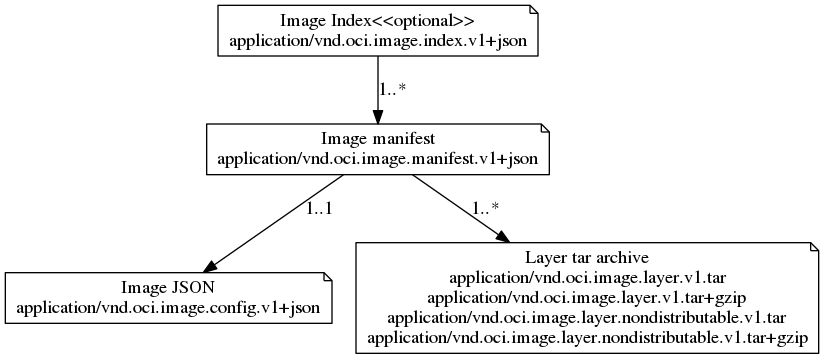
This is img/media-types.png from dattgoswami9lk5g/bremlinr, a Graphviz export, as it was before one commit. Its source is kept beside it as img/media-types.dot.
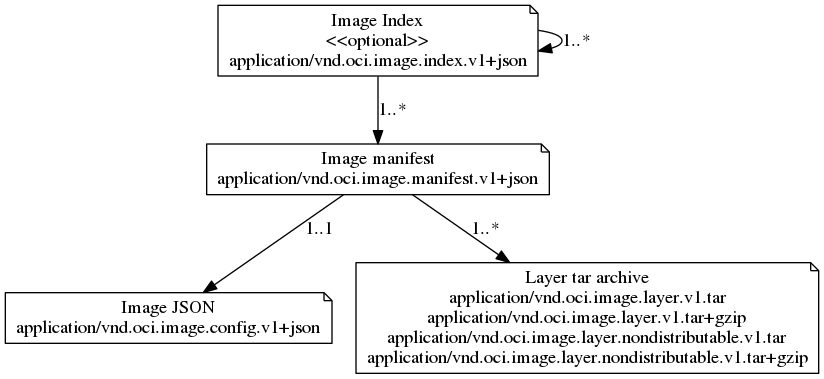
After the commit.

The edit, as a diff of the source:
```diff
@@ -6,6 +6,7 @@
     layer [shape=note, label="Layer tar archive\napplication/vnd.oci.image.layer.v1.tar\napplication/vnd.oci.image.layer.v1.tar+gzip\napplication/vnd.oci.image.layer.nondistributable.v1.tar\napplication/vnd.oci.image.layer.nondistributable.v1.tar+gzip"]
   }
 
+  imageIndex -> imageIndex [label="1..*"]
   imageIndex -> manifest [label="1..*"]
   manifest -> config [label="1..1"]
   manifest -> layer [label="1..*"]
```
